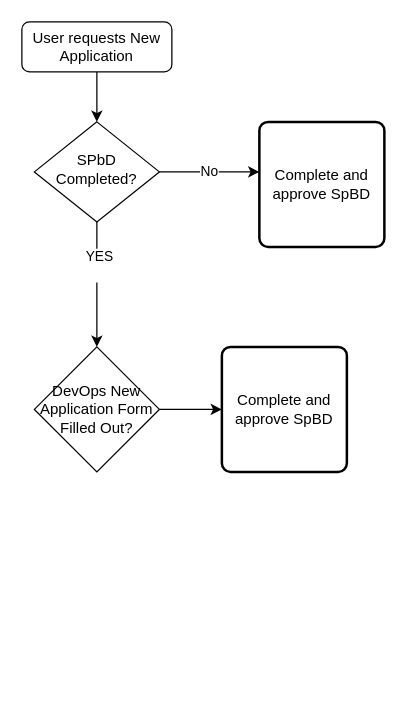
Earlier version of the draw.io diagram FlowDiagram_NewApplicationReq.drawio (bnewson-dunn/draw.io). Source tidied: cells renumbered, new cells numbered last; positions are measured from the earlier drawing's top-left corner, leaving out a move shared by most shapes. Both pictures are drawn from the tidied source at 125%, with x=0, y=0 at pixel (21, 21).
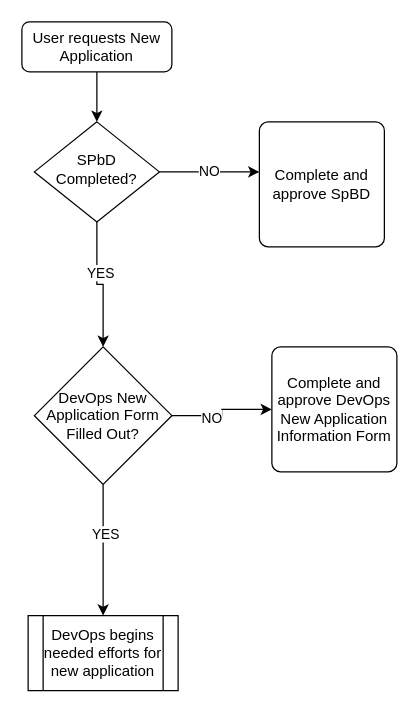
After the change.

Diff of the diagram source:
```diff
@@
 <mxGraphModel>
   <root>
     <mxCell id="0" />
     <mxCell id="1" parent="0" />
     <mxCell id="2" style="edgeStyle=orthogonalEdgeStyle;rounded=0;jettySize=auto;html=1;" parent="1" edge="1" source="3" target="7">
       <mxGeometry relative="1" as="geometry" />
     </mxCell>
     <mxCell id="3" value="User requests New Application" style="rounded=1;whiteSpace=wrap;html=1;fontSize=12;glass=0;strokeWidth=1;shadow=0;" parent="1" vertex="1">
       <mxGeometry width="120" height="40" as="geometry" />
     </mxCell>
-    <mxCell id="4" value="No" style="edgeStyle=orthogonalEdgeStyle;rounded=0;jettySize=auto;html=1;" parent="1" edge="1" source="7">
+    <mxCell id="4" value="NO" style="edgeStyle=orthogonalEdgeStyle;rounded=0;jettySize=auto;html=1;" parent="1" edge="1" source="7">
       <mxGeometry relative="1" as="geometry">
         <mxPoint x="190" y="120" as="targetPoint" />
       </mxGeometry>
     </mxCell>
     <mxCell id="5" style="edgeStyle=orthogonalEdgeStyle;rounded=0;jettySize=auto;html=1;" parent="1" edge="1" source="7" target="9">
       <mxGeometry relative="1" as="geometry" />
     </mxCell>
-    <mxCell id="6" value="&lt;div&gt;YES&lt;/div&gt;&lt;div&gt;&lt;br&gt;&lt;/div&gt;" style="edgeLabel;html=1;align=center;verticalAlign=middle;" parent="5" vertex="1">
-      <mxGeometry x="-0.32" y="1" relative="1" as="geometry" />
-    </mxCell>
+    <mxCell id="12" value="YES" style="edgeLabel;html=1;align=center;verticalAlign=middle;" parent="5" vertex="1">
+      <mxGeometry x="-0.24" y="2" relative="1" as="geometry" />
+    </mxCell>
     <mxCell id="7" value="SPbD Completed?" style="rhombus;whiteSpace=wrap;html=1;shadow=0;fontFamily=Helvetica;fontSize=12;align=center;strokeWidth=1;spacing=6;spacingTop=-4;" parent="1" vertex="1">
       <mxGeometry x="10" y="80" width="100" height="80" as="geometry" />
     </mxCell>
     <mxCell id="8" style="edgeStyle=orthogonalEdgeStyle;rounded=0;jettySize=auto;html=1;" parent="1" edge="1" source="9" target="10">
       <mxGeometry relative="1" as="geometry" />
     </mxCell>
+    <mxCell id="13" value="NO" style="edgeLabel;html=1;align=center;verticalAlign=middle;" parent="8" vertex="1">
+      <mxGeometry x="-0.27" y="-1" relative="1" as="geometry" />
+    </mxCell>
+    <mxCell id="14" style="edgeStyle=orthogonalEdgeStyle;rounded=0;jettySize=auto;html=1;" parent="1" edge="1" source="9" target="16">
+      <mxGeometry relative="1" as="geometry" />
+    </mxCell>
+    <mxCell id="15" value="YES" style="edgeLabel;html=1;align=center;verticalAlign=middle;" parent="14" vertex="1">
+      <mxGeometry x="-0.26" y="1" relative="1" as="geometry" />
+    </mxCell>
     <mxCell id="9" value="DevOps New Application Form Filled Out?" style="strokeWidth=1;html=1;shape=mxgraph.flowchart.decision;whiteSpace=wrap;" parent="1" vertex="1">
-      <mxGeometry x="10" y="260" width="100" height="100" as="geometry" />
+      <mxGeometry x="10" y="260" width="110" height="110" as="geometry" />
     </mxCell>
-    <mxCell id="10" value="Complete and approve SpBD" style="rounded=1;whiteSpace=wrap;html=1;absoluteArcSize=1;arcSize=14;strokeWidth=2;" parent="1" vertex="1">
-      <mxGeometry x="160" y="260" width="100" height="100" as="geometry" />
+    <mxCell id="10" value="Complete and approve DevOps New Application Information Form" style="rounded=1;whiteSpace=wrap;html=1;absoluteArcSize=1;arcSize=14;strokeWidth=1;" parent="1" vertex="1">
+      <mxGeometry x="200" y="260" width="100" height="100" as="geometry" />
     </mxCell>
-    <mxCell id="11" value="Complete and approve SpBD" style="rounded=1;whiteSpace=wrap;html=1;absoluteArcSize=1;arcSize=14;strokeWidth=2;" parent="1" vertex="1">
+    <mxCell id="11" value="Complete and approve SpBD" style="rounded=1;whiteSpace=wrap;html=1;absoluteArcSize=1;arcSize=14;strokeWidth=1;" parent="1" vertex="1">
       <mxGeometry x="190" y="80" width="100" height="100" as="geometry" />
     </mxCell>
+    <mxCell id="16" value="DevOps begins needed efforts for new application" style="shape=process;whiteSpace=wrap;html=1;backgroundOutline=1;strokeWidth=1;" parent="1" vertex="1">
+      <mxGeometry x="5" y="475" width="120" height="60" as="geometry" />
+    </mxCell>
   </root>
 </mxGraphModel>
```
